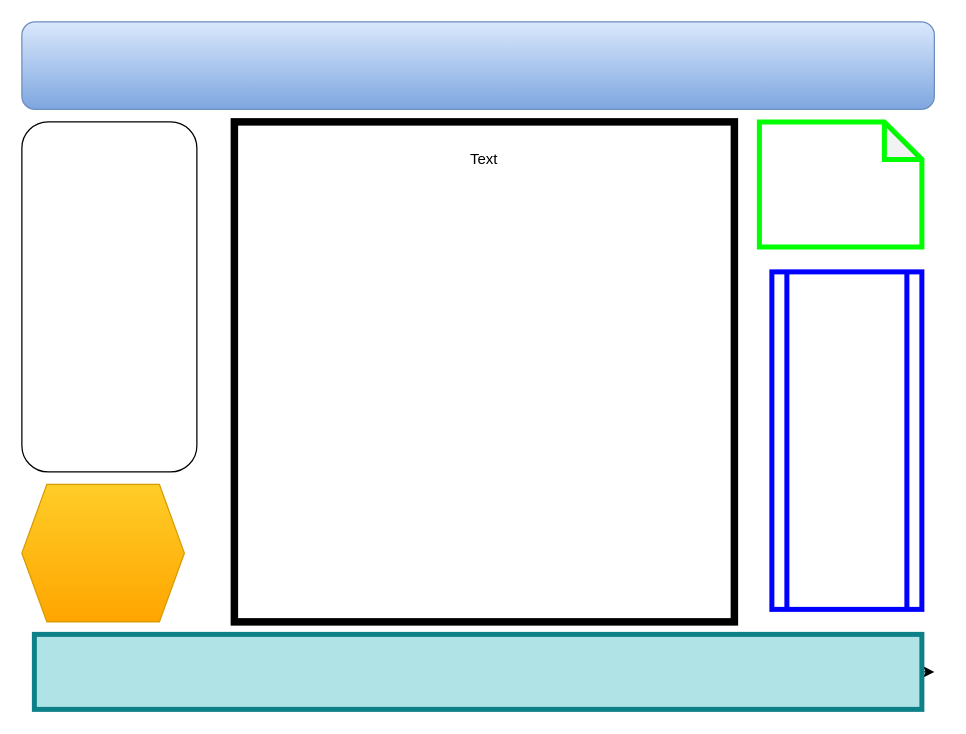
Earlier version of the draw.io diagram Diagramă fără titlu.drawio (UlmadaRadu/LaboratorPPW). Source tidied: cells renumbered, new cells numbered last; positions are measured from the earlier drawing's top-left corner, leaving out a move shared by most shapes. Both pictures are drawn from the tidied source at 125%, with x=0, y=0 at pixel (21, 21).
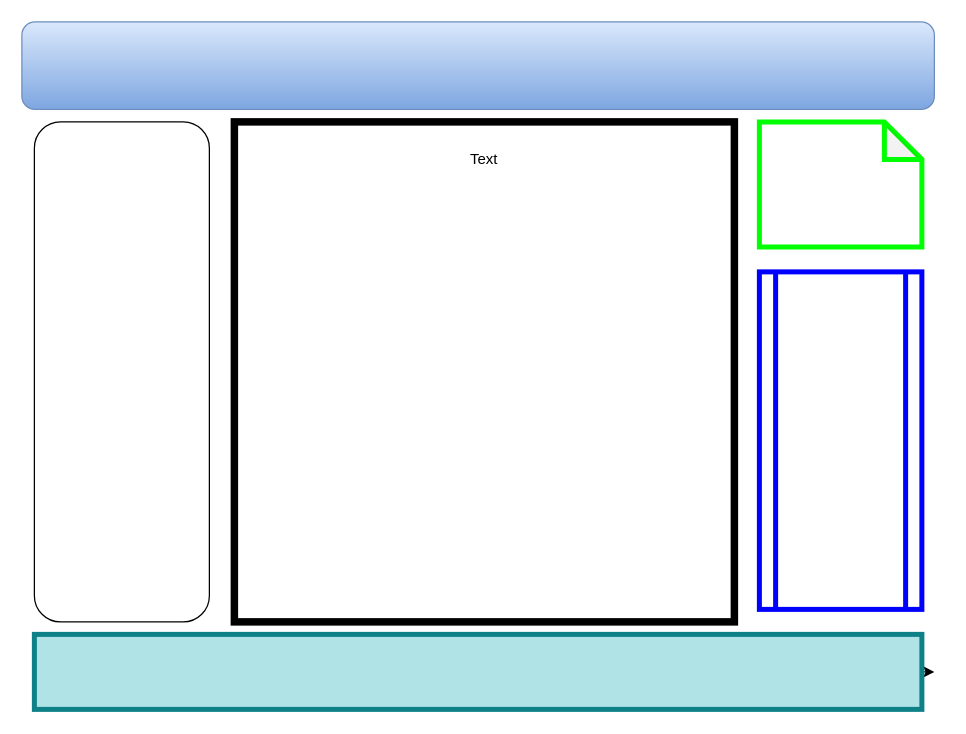
The same page after the edit.

What changed in the source:
```diff
@@
 <mxGraphModel>
   <root>
     <mxCell id="0" />
     <mxCell id="1" parent="0" />
     <mxCell id="2" style="edgeStyle=orthogonalEdgeStyle;rounded=0;jettySize=auto;html=1;exitX=1;exitY=0.5;exitDx=0;exitDy=0;" parent="1" edge="1" source="3">
       <mxGeometry relative="1" as="geometry">
         <mxPoint x="730" y="520" as="targetPoint" />
       </mxGeometry>
     </mxCell>
     <mxCell id="3" style="rounded=0;whiteSpace=wrap;html=1;strokeWidth=4;fillColor=#b0e3e6;strokeColor=#0e8088;" parent="1" vertex="1">
       <mxGeometry x="10" y="490" width="710" height="60" as="geometry" />
     </mxCell>
     <mxCell id="4" style="rounded=1;whiteSpace=wrap;html=1;fillColor=#dae8fc;gradientColor=#7ea6e0;strokeColor=#6c8ebf;" parent="1" vertex="1">
       <mxGeometry width="730" height="70" as="geometry" />
     </mxCell>
     <mxCell id="5" style="whiteSpace=wrap;html=1;strokeWidth=6;" parent="1" vertex="1">
       <mxGeometry x="170" y="80" width="400" height="400" as="geometry" />
     </mxCell>
     <mxCell id="6" style="rounded=1;whiteSpace=wrap;html=1;" parent="1" vertex="1">
-      <mxGeometry y="80" width="140" height="280" as="geometry" />
+      <mxGeometry x="10" y="80" width="140" height="400" as="geometry" />
     </mxCell>
-    <mxCell id="7" style="shape=hexagon;perimeter=hexagonPerimeter2;whiteSpace=wrap;html=1;fixedSize=1;gradientColor=#ffa500;fillColor=#ffcd28;strokeColor=#d79b00;" parent="1" vertex="1">
-      <mxGeometry y="370" width="130" height="110" as="geometry" />
-    </mxCell>
     <mxCell id="8" value="Text" style="text;html=1;strokeColor=none;fillColor=none;align=center;verticalAlign=middle;whiteSpace=wrap;rounded=0;" parent="1" vertex="1">
       <mxGeometry x="210" y="90" width="320" height="40" as="geometry" />
     </mxCell>
     <mxCell id="9" style="shape=note;whiteSpace=wrap;html=1;backgroundOutline=1;darkOpacity=0.05;strokeWidth=4;fillColor=none;strokeColor=#00FF00;" parent="1" vertex="1">
       <mxGeometry x="590" y="80" width="130" height="100" as="geometry" />
     </mxCell>
     <mxCell id="10" style="shape=process;whiteSpace=wrap;html=1;backgroundOutline=1;strokeWidth=4;strokeColor=#0000FF;" parent="1" vertex="1">
-      <mxGeometry x="600" y="200" width="120" height="270" as="geometry" />
+      <mxGeometry x="590" y="200" width="130" height="270" as="geometry" />
     </mxCell>
   </root>
 </mxGraphModel>
```
